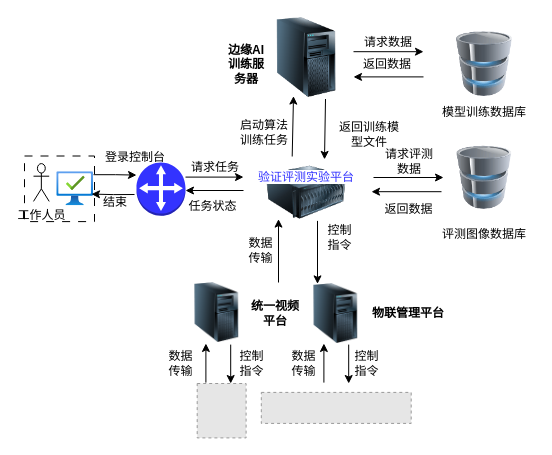
paleblackless/diagrams keeps this draw.io diagram as 验证评测测试平台.drawio. Above is the earlier version. Source tidied: cells renumbered, new cells numbered last; positions are measured from the earlier drawing's top-left corner, leaving out a move shared by most shapes. Both pictures are drawn from the tidied source at 100%, with x=0, y=0 at pixel (24, 17). Pictures stored in the file or linked from it are replaced by grey dashed boxes.
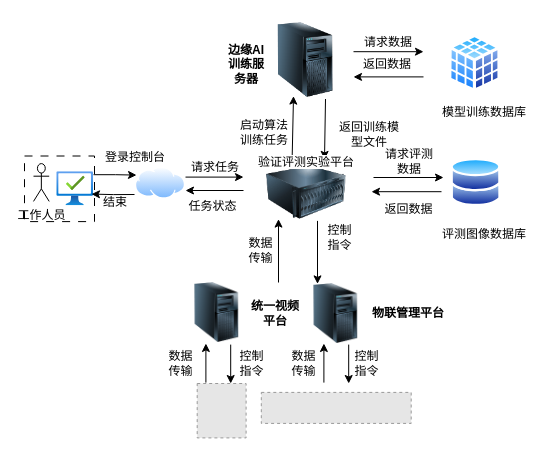
After the change.

Commit message:
Update 验证评测测试平台.drawio

What changed in the source:
```diff
@@
-    <mxCell id="5" style="dashed=0;verticalLabelPosition=bottom;verticalAlign=top;align=center;html=1;shape=mxgraph.aws3.customer_gateway;fillColor=#3333FF;gradientColor=none;" parent="1" vertex="1">
-      <mxGeometry x="112" y="144.9" width="49" height="53.4" as="geometry" />
-    </mxCell>
@@
     <mxCell id="13" style="image;html=1;image=img/lib/clip_art/computers/Server_Tower_128x128.png;" parent="1" vertex="1">
-      <mxGeometry x="242" width="80" height="80" as="geometry" />
+      <mxGeometry x="240" y="5" width="82" height="75" as="geometry" />
     </mxCell>
@@
-    <mxCell id="17" style="image;html=1;image=img/lib/clip_art/computers/Database_128x128.png;" parent="1" vertex="1">
-      <mxGeometry x="424.9" y="128.5" width="70" height="63.4" as="geometry" />
-    </mxCell>
@@
-    <mxCell id="22" style="image;html=1;image=img/lib/clip_art/computers/Database_128x128.png;" parent="1" vertex="1">
-      <mxGeometry x="429.5" y="14" width="61" height="65" as="geometry" />
-    </mxCell>
@@
-    <mxCell id="53" value="&lt;span style=&quot;background-color: rgb(255, 255, 255);&quot;&gt;验证评测实验平台&lt;/span&gt;" style="text;html=1;align=center;verticalAlign=middle;whiteSpace=wrap;rounded=0;fontColor=#3333FF;" parent="1" vertex="1">
-      <mxGeometry x="229" y="144.9" width="106" height="30" as="geometry" />
+    <mxCell id="53" value="&lt;span style=&quot;background-color: rgb(255, 255, 255);&quot;&gt;&lt;font color=&quot;#000000&quot;&gt;验证评测实验平台&lt;/font&gt;&lt;/span&gt;" style="text;html=1;align=center;verticalAlign=middle;whiteSpace=wrap;rounded=0;fontColor=#3333FF;" parent="1" vertex="1">
+      <mxGeometry x="229" y="130" width="106" height="30" as="geometry" />
     </mxCell>
+    <mxCell id="54" style="image;perimeter=ellipsePerimeter;html=1;align=center;shadow=0;dashed=0;spacingTop=3;image=img/lib/active_directory/database_cube.svg;" parent="1" vertex="1">
+      <mxGeometry x="424.2" y="16.8" width="52.4" height="58.2" as="geometry" />
+    </mxCell>
+    <mxCell id="55" style="image;perimeter=ellipsePerimeter;html=1;align=center;shadow=0;dashed=0;spacingTop=3;image=img/lib/active_directory/databases.svg;" parent="1" vertex="1">
+      <mxGeometry x="426.6" y="140.5" width="50" height="49" as="geometry" />
+    </mxCell>
+    <mxCell id="56" style="image;perimeter=ellipsePerimeter;html=1;align=center;shadow=0;dashed=0;spacingTop=3;image=img/lib/active_directory/internet_cloud.svg;" parent="1" vertex="1">
+      <mxGeometry x="111" y="149.9" width="50" height="31.5" as="geometry" />
+    </mxCell>
```
